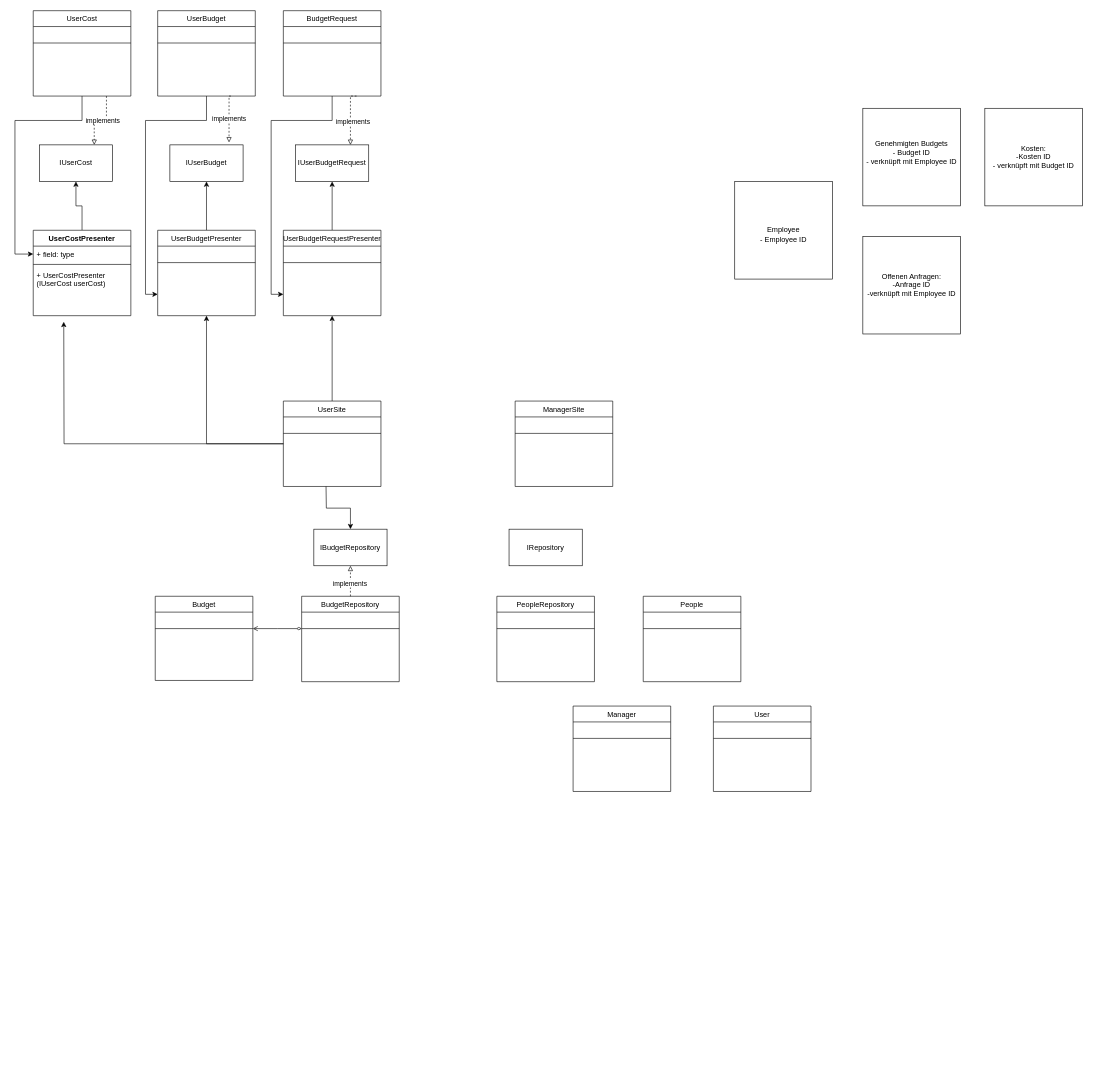
Earlier version of the draw.io diagram budgetdock_uml.drawio (SirBing/UML). Source tidied: cells renumbered, new cells numbered last; positions are measured from the earlier drawing's top-left corner, leaving out a move shared by most shapes. Both pictures are drawn from the tidied source at 61%, with x=0, y=0 at pixel (15, 10).
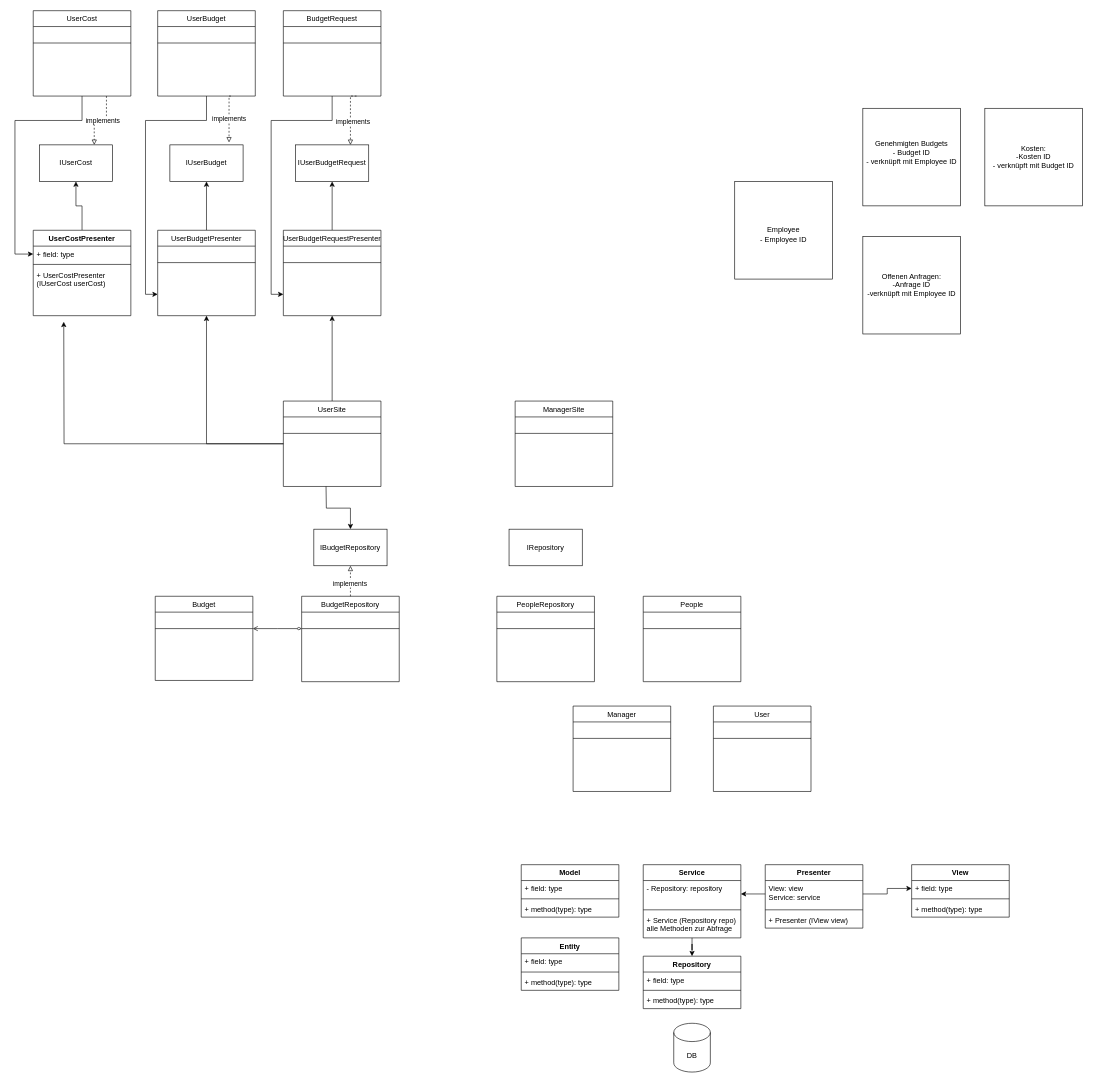
The same page after the edit.

The edit, as a diff of the source:
```diff
@@
+    <mxCell id="60" value="Model" style="swimlane;fontStyle=1;align=center;verticalAlign=top;horizontal=1;startSize=26;" parent="1" vertex="1">
+      <mxGeometry x="830" y="1400" width="160" height="86" as="geometry" />
+    </mxCell>
+    <mxCell id="61" value="+ field: type" style="text;strokeColor=none;fillColor=none;align=left;verticalAlign=top;spacingLeft=4;spacingRight=4;overflow=hidden;" parent="60" vertex="1">
+      <mxGeometry y="26" width="160" height="26" as="geometry" />
+    </mxCell>
+    <mxCell id="62" style="line;strokeWidth=1;fillColor=none;align=left;verticalAlign=middle;spacingTop=-1;spacingLeft=3;spacingRight=3;labelPosition=right;" parent="60" vertex="1">
+      <mxGeometry y="52" width="160" height="8" as="geometry" />
+    </mxCell>
+    <mxCell id="63" value="+ method(type): type" style="text;strokeColor=none;fillColor=none;align=left;verticalAlign=top;spacingLeft=4;spacingRight=4;overflow=hidden;" parent="60" vertex="1">
+      <mxGeometry y="60" width="160" height="26" as="geometry" />
+    </mxCell>
+    <mxCell id="64" style="edgeStyle=orthogonalEdgeStyle;rounded=0;jettySize=auto;html=1;endArrow=classic;endFill=1;" parent="1" edge="1" source="65" target="73">
+      <mxGeometry relative="1" as="geometry" />
+    </mxCell>
+    <mxCell id="65" value="Service" style="swimlane;fontStyle=1;align=center;verticalAlign=top;horizontal=1;startSize=26;" parent="1" vertex="1">
+      <mxGeometry x="1030" y="1400" width="160" height="120" as="geometry" />
+    </mxCell>
+    <mxCell id="66" value="- Repository: repository" style="text;strokeColor=none;fillColor=none;align=left;verticalAlign=top;spacingLeft=4;spacingRight=4;overflow=hidden;points=[[0,0.5],[1,0.5]];portConstraint=eastwest;" parent="65" vertex="1">
+      <mxGeometry y="26" width="160" height="44" as="geometry" />
+    </mxCell>
+    <mxCell id="67" style="line;strokeWidth=1;fillColor=none;align=left;verticalAlign=middle;spacingTop=-1;spacingLeft=3;spacingRight=3;labelPosition=right;" parent="65" vertex="1">
+      <mxGeometry y="70" width="160" height="8" as="geometry" />
+    </mxCell>
+    <mxCell id="68" value="+ Service (Repository repo)&#10;alle Methoden zur Abfrage" style="text;strokeColor=none;fillColor=none;align=left;verticalAlign=top;spacingLeft=4;spacingRight=4;overflow=hidden;" parent="65" vertex="1">
+      <mxGeometry y="78" width="160" height="42" as="geometry" />
+    </mxCell>
+    <mxCell id="69" value="Presenter" style="swimlane;fontStyle=1;align=center;verticalAlign=top;horizontal=1;startSize=26;" parent="1" vertex="1">
+      <mxGeometry x="1230" y="1400" width="160" height="104" as="geometry" />
+    </mxCell>
+    <mxCell id="70" value="View: view&#10;Service: service&#10;" style="text;strokeColor=none;fillColor=none;align=left;verticalAlign=top;spacingLeft=4;spacingRight=4;overflow=hidden;points=[[0,0.5],[1,0.5]];portConstraint=eastwest;" parent="69" vertex="1">
+      <mxGeometry y="26" width="160" height="44" as="geometry" />
+    </mxCell>
+    <mxCell id="71" style="line;strokeWidth=1;fillColor=none;align=left;verticalAlign=middle;spacingTop=-1;spacingLeft=3;spacingRight=3;labelPosition=right;" parent="69" vertex="1">
+      <mxGeometry y="70" width="160" height="8" as="geometry" />
+    </mxCell>
+    <mxCell id="72" value="+ Presenter (IView view)" style="text;strokeColor=none;fillColor=none;align=left;verticalAlign=top;spacingLeft=4;spacingRight=4;overflow=hidden;" parent="69" vertex="1">
+      <mxGeometry y="78" width="160" height="26" as="geometry" />
+    </mxCell>
+    <mxCell id="73" value="Repository" style="swimlane;fontStyle=1;align=center;verticalAlign=top;horizontal=1;startSize=26;" parent="1" vertex="1">
+      <mxGeometry x="1030" y="1550" width="160" height="86" as="geometry" />
+    </mxCell>
+    <mxCell id="74" value="+ field: type" style="text;strokeColor=none;fillColor=none;align=left;verticalAlign=top;spacingLeft=4;spacingRight=4;overflow=hidden;" parent="73" vertex="1">
+      <mxGeometry y="26" width="160" height="26" as="geometry" />
+    </mxCell>
+    <mxCell id="75" style="line;strokeWidth=1;fillColor=none;align=left;verticalAlign=middle;spacingTop=-1;spacingLeft=3;spacingRight=3;labelPosition=right;" parent="73" vertex="1">
+      <mxGeometry y="52" width="160" height="8" as="geometry" />
+    </mxCell>
+    <mxCell id="76" value="+ method(type): type" style="text;strokeColor=none;fillColor=none;align=left;verticalAlign=top;spacingLeft=4;spacingRight=4;overflow=hidden;" parent="73" vertex="1">
+      <mxGeometry y="60" width="160" height="26" as="geometry" />
+    </mxCell>
+    <mxCell id="77" value="View" style="swimlane;fontStyle=1;align=center;verticalAlign=top;horizontal=1;startSize=26;" parent="1" vertex="1">
+      <mxGeometry x="1470" y="1400" width="160" height="86" as="geometry" />
+    </mxCell>
+    <mxCell id="78" value="+ field: type" style="text;strokeColor=none;fillColor=none;align=left;verticalAlign=top;spacingLeft=4;spacingRight=4;overflow=hidden;points=[[0,0.5],[1,0.5]];portConstraint=eastwest;" parent="77" vertex="1">
+      <mxGeometry y="26" width="160" height="26" as="geometry" />
+    </mxCell>
+    <mxCell id="79" style="line;strokeWidth=1;fillColor=none;align=left;verticalAlign=middle;spacingTop=-1;spacingLeft=3;spacingRight=3;labelPosition=right;" parent="77" vertex="1">
+      <mxGeometry y="52" width="160" height="8" as="geometry" />
+    </mxCell>
+    <mxCell id="80" value="+ method(type): type" style="text;strokeColor=none;fillColor=none;align=left;verticalAlign=top;spacingLeft=4;spacingRight=4;overflow=hidden;" parent="77" vertex="1">
+      <mxGeometry y="60" width="160" height="26" as="geometry" />
+    </mxCell>
+    <mxCell id="81" value="DB" style="shape=cylinder3;whiteSpace=wrap;html=1;boundedLbl=1;backgroundOutline=1;size=15;" parent="1" vertex="1">
+      <mxGeometry x="1080" y="1660" width="60" height="80" as="geometry" />
+    </mxCell>
+    <mxCell id="82" value="Entity" style="swimlane;fontStyle=1;align=center;verticalAlign=top;horizontal=1;startSize=26;" parent="1" vertex="1">
+      <mxGeometry x="830" y="1520" width="160" height="86" as="geometry" />
+    </mxCell>
+    <mxCell id="83" value="+ field: type" style="text;strokeColor=none;fillColor=none;align=left;verticalAlign=top;spacingLeft=4;spacingRight=4;overflow=hidden;" parent="82" vertex="1">
+      <mxGeometry y="26" width="160" height="26" as="geometry" />
+    </mxCell>
+    <mxCell id="84" style="line;strokeWidth=1;fillColor=none;align=left;verticalAlign=middle;spacingTop=-1;spacingLeft=3;spacingRight=3;labelPosition=right;" parent="82" vertex="1">
+      <mxGeometry y="52" width="160" height="8" as="geometry" />
+    </mxCell>
+    <mxCell id="85" value="+ method(type): type" style="text;strokeColor=none;fillColor=none;align=left;verticalAlign=top;spacingLeft=4;spacingRight=4;overflow=hidden;" parent="82" vertex="1">
+      <mxGeometry y="60" width="160" height="26" as="geometry" />
+    </mxCell>
+    <mxCell id="86" style="edgeStyle=orthogonalEdgeStyle;rounded=0;jettySize=auto;html=1;entryX=0;entryY=0.5;entryDx=0;entryDy=0;endArrow=classic;endFill=1;" parent="1" edge="1" source="70" target="78">
+      <mxGeometry relative="1" as="geometry" />
+    </mxCell>
+    <mxCell id="87" style="edgeStyle=orthogonalEdgeStyle;rounded=0;jettySize=auto;html=1;endArrow=classic;endFill=1;" parent="1" edge="1" source="70" target="66">
+      <mxGeometry relative="1" as="geometry" />
+    </mxCell>
```
